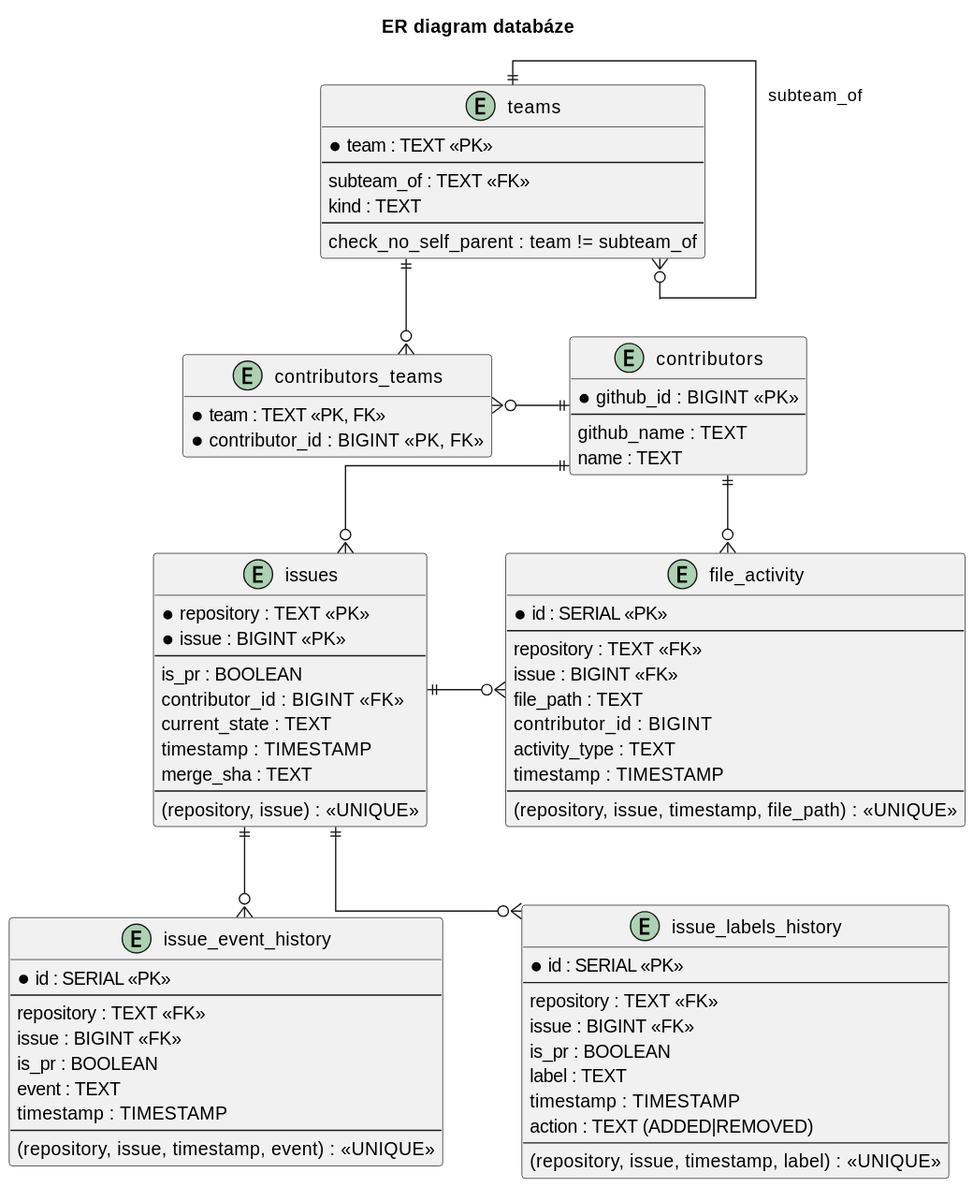
This is src/figures/architecture/database.svg from rcMarty/crabeye-thesis, a PlantUML export, as it was before one commit. The source it was exported from:
```plantuml
@startuml
title ER diagram databáze

hide methods
hide stereotypes
skinparam linetype ortho

skinparam nodesep 60
skinparam ranksep 60

entity "teams" as teams {
  * team : TEXT <<PK>>
  --
  subteam_of : TEXT <<FK>>
  kind : TEXT
  --
  check_no_self_parent : team != subteam_of
}

entity "contributors" as contributors {
  * github_id : BIGINT <<PK>>
  --
  github_name : TEXT
  name : TEXT
}

entity "contributors_teams" as contributors_teams {
  * team : TEXT <<PK, FK >>
  * contributor_id : BIGINT <<PK, FK >>
}


entity "issues" as issues {
  * repository : TEXT <<PK>>
  * issue : BIGINT <<PK>>
  --
  is_pr : BOOLEAN
  contributor_id : BIGINT <<FK>>
  current_state : TEXT
  timestamp : TIMESTAMP
  merge_sha : TEXT
  --
  (repository, issue) : <<UNIQUE>>
}

entity "issue_event_history" as issue_event_history {
  * id : SERIAL <<PK>>
  --
  repository : TEXT <<FK>>
  issue : BIGINT <<FK>>
  is_pr : BOOLEAN
  event : TEXT
  timestamp : TIMESTAMP
  --
  (repository, issue, timestamp, event) : <<UNIQUE>>
}

entity "issue_labels_history" as issue_labels_history {
  * id : SERIAL <<PK>>
  --
  repository : TEXT <<FK>>
  issue : BIGINT <<FK>>
  is_pr : BOOLEAN
  label : TEXT
  timestamp : TIMESTAMP
  action : TEXT (ADDED|REMOVED)
  --
  (repository, issue, timestamp, label) : <<UNIQUE>>
}

entity "file_activity" as file_activity {
  * id : SERIAL <<PK>>
  --
  repository : TEXT <<FK>>
  issue : BIGINT <<FK>>
  file_path : TEXT
  contributor_id : BIGINT
  activity_type : TEXT
  timestamp : TIMESTAMP
  --
  (repository, issue, timestamp, file_path) : <<UNIQUE>>
}

teams -[hidden]down- contributors
contributors -[hidden]down- file_activity
issue_labels_history -[hidden]up- file_activity
issues -[hidden]up- contributors_teams

teams ||-down-o{ contributors_teams
contributors ||-down-o{ issues

issues ||-down-o{ issue_event_history
issues ||-down-o{ issue_labels_history
issues ||-right-o{ file_activity

contributors ||--left--o{ contributors_teams
contributors ||--right--o{ file_activity
teams ||--right--o{ teams : " subteam_of"
@enduml
```
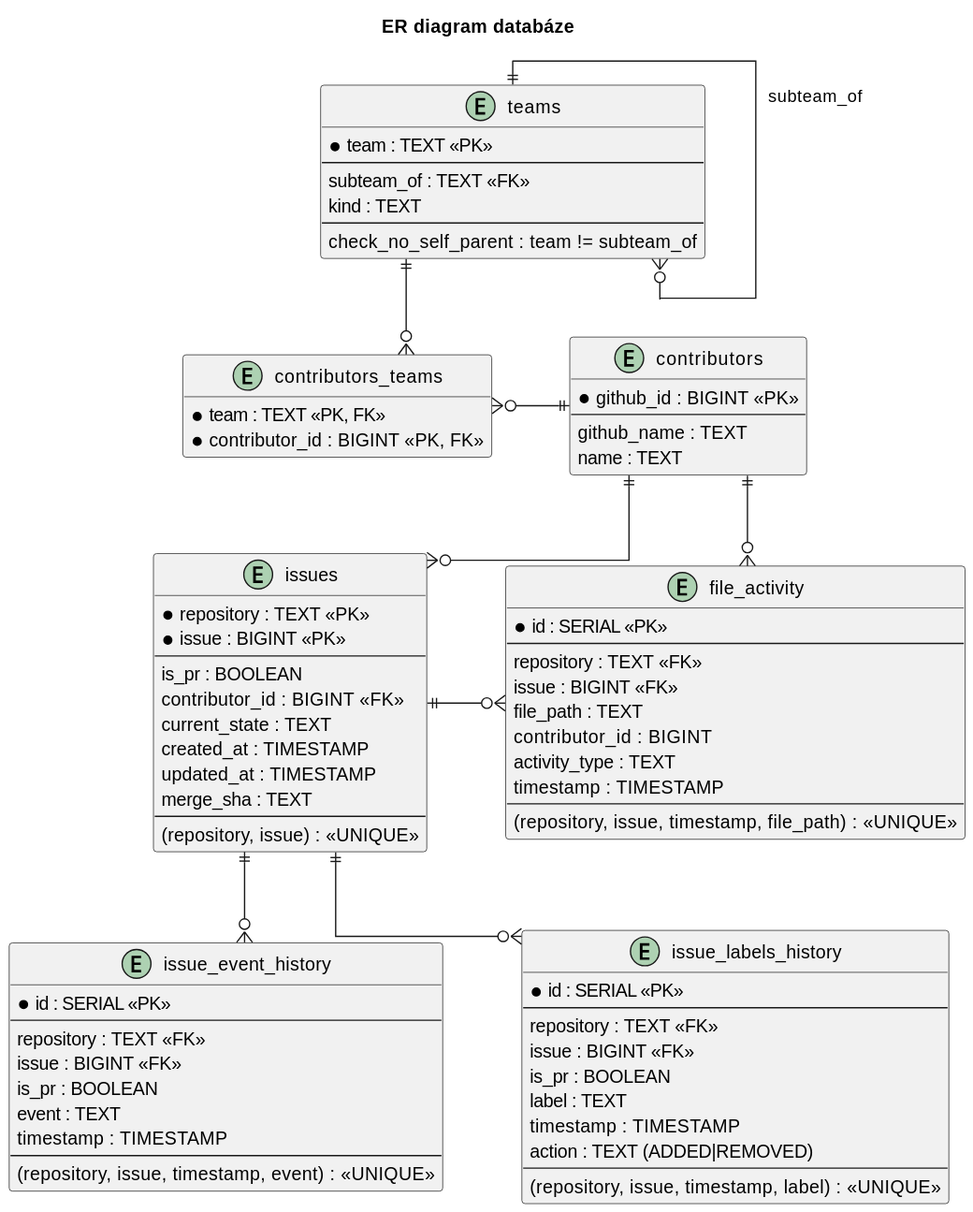
After the commit.

Change to the diagram source:
```diff
@@ -37,7 +37,8 @@
   is_pr : BOOLEAN
   contributor_id : BIGINT <<FK>>
   current_state : TEXT
-  timestamp : TIMESTAMP
+  created_at : TIMESTAMP
+  updated_at : TIMESTAMP
   merge_sha : TEXT
   --
   (repository, issue) : <<UNIQUE>>
```
